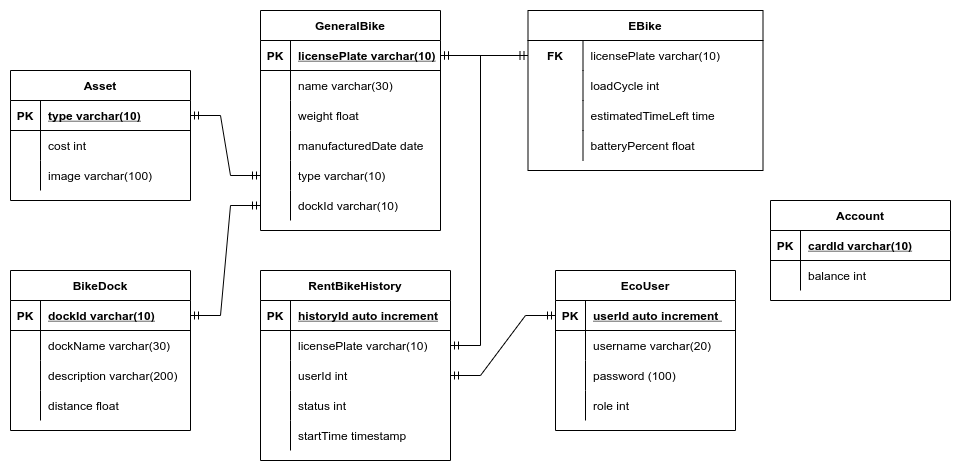
Before: ITSS_Database.png, a diagram exported from draw.io (ngoctb0102/EcoPark). Source tidied: cells renumbered, new cells last; positions are measured from the earlier drawing's top-left corner, leaving out a move shared by most shapes.
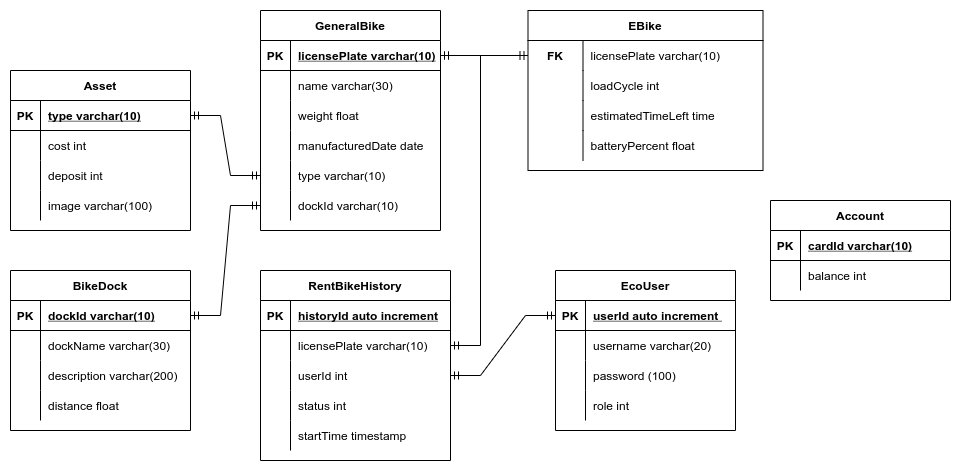
After the change.

What changed in the source:
```diff
@@ -242,7 +242,7 @@
       <mxGeometry relative="1" as="geometry" />
     </mxCell>
     <mxCell id="80" value="Asset" style="shape=table;startSize=30;rowLines=0;fontStyle=1;align=center;" parent="1" vertex="1">
-      <mxGeometry y="60" width="180" height="130" as="geometry" />
+      <mxGeometry y="60" width="180" height="160" as="geometry" />
     </mxCell>
     <mxCell id="81" style="shape=partialRectangle;fillColor=none;top=0;left=0;bottom=1;right=0;points=[[0,0.5],[1,0.5]];portConstraint=eastwest;" parent="80" vertex="1">
       <mxGeometry y="30" width="180" height="30" as="geometry" />
@@ -262,8 +262,17 @@
     <mxCell id="86" value="cost int " style="shape=partialRectangle;fillColor=none;top=0;left=0;bottom=0;right=0;align=left;spacingLeft=6;overflow=hidden;" parent="84" vertex="1">
       <mxGeometry x="30" width="150" height="30" as="geometry" />
     </mxCell>
+    <mxCell id="98" style="shape=partialRectangle;fillColor=none;top=0;left=0;bottom=0;right=0;" parent="80" vertex="1">
+      <mxGeometry y="90" width="180" height="30" as="geometry" />
+    </mxCell>
+    <mxCell id="99" style="shape=partialRectangle;fillColor=none;top=0;left=0;bottom=0;right=0;overflow=hidden;" parent="98" vertex="1">
+      <mxGeometry width="30" height="30" as="geometry" />
+    </mxCell>
+    <mxCell id="100" value="deposit int " style="shape=partialRectangle;fillColor=none;top=0;left=0;bottom=0;right=0;align=left;spacingLeft=6;overflow=hidden;" parent="98" vertex="1">
+      <mxGeometry x="30" width="150" height="30" as="geometry" />
+    </mxCell>
     <mxCell id="87" style="shape=partialRectangle;fillColor=none;top=0;left=0;bottom=0;right=0;" parent="80" vertex="1">
-      <mxGeometry y="90" width="180" height="30" as="geometry" />
+      <mxGeometry y="120" width="180" height="30" as="geometry" />
     </mxCell>
     <mxCell id="88" style="shape=partialRectangle;fillColor=none;top=0;left=0;bottom=0;right=0;overflow=hidden;" parent="87" vertex="1">
       <mxGeometry width="30" height="30" as="geometry" />
```
